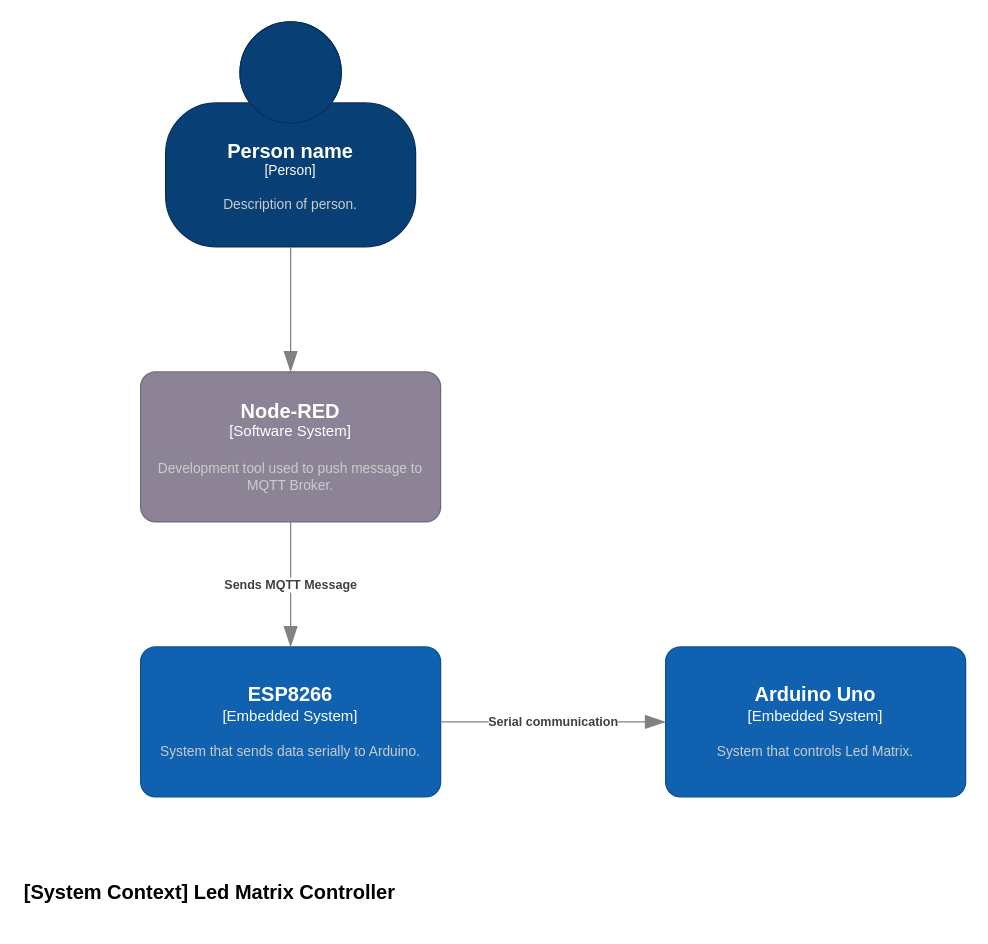
Above: page "c1" (1 of 8) of doc/led_matrix_controller_design.drawio in Brentem/Led-Matrix-Controller-Brent (draw.io), before the change. Source tidied: cells renumbered, new cells numbered last; positions are measured from the earlier drawing's top-left corner, leaving out a move shared by most shapes. Both pictures are drawn from the tidied source at 125%, with x=0, y=0 at pixel (21, 21).
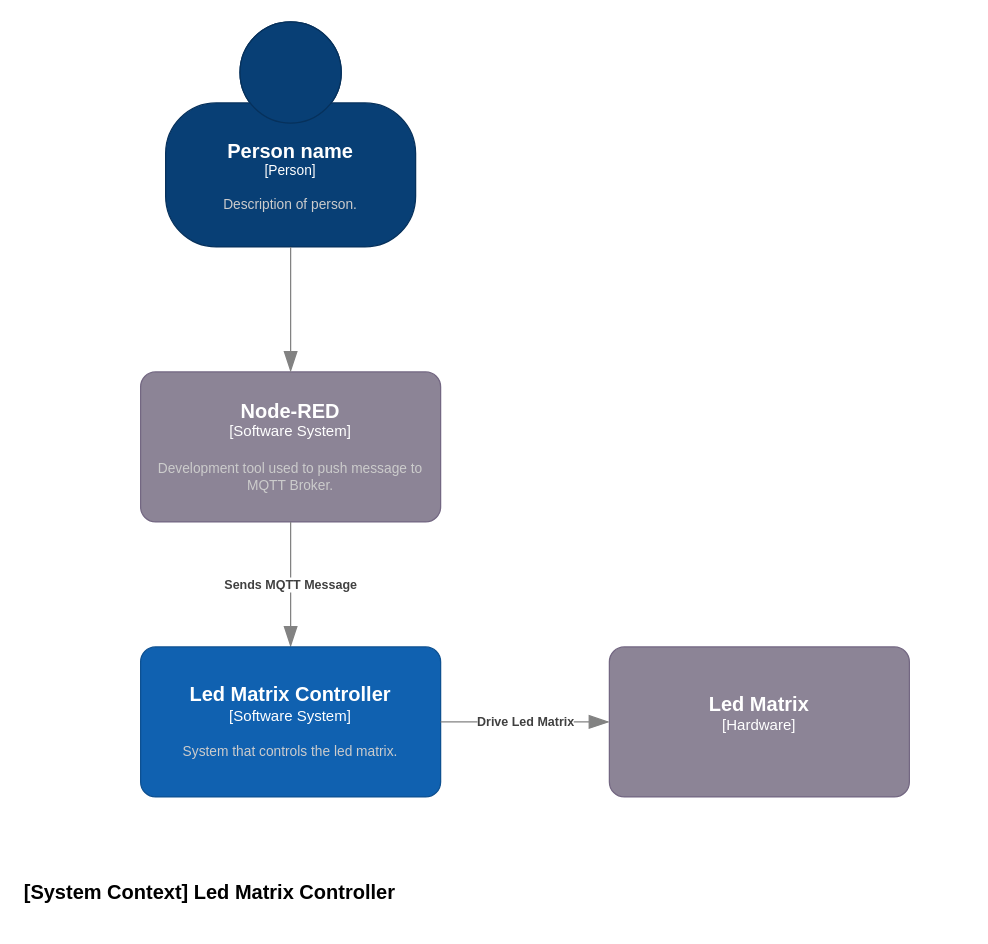
The same page after the edit.

Change to the diagram source:
```diff
@@
 <mxGraphModel>
   <root>
     <mxCell id="0" />
     <mxCell id="1" parent="0" />
     <object id="2" label="&lt;font style=&quot;font-size: 16px&quot;&gt;&lt;b&gt;%c4Name%&lt;/b&gt;&lt;/font&gt;&lt;div&gt;[%c4Type%]&lt;/div&gt;&lt;br&gt;&lt;div&gt;&lt;font style=&quot;font-size: 11px&quot;&gt;&lt;font color=&quot;#cccccc&quot;&gt;%c4Description%&lt;/font&gt;&lt;/div&gt;" c4Description="Description of person." c4Name="Person name" c4Type="Person" placeholders="1">
       <mxCell style="html=1;fontSize=11;dashed=0;whiteSpace=wrap;fillColor=#083F75;strokeColor=#06315C;fontColor=#ffffff;shape=mxgraph.c4.person2;align=center;points=[[0.5,0,0],[1,0.5,0],[1,0.75,0],[0.75,1,0],[0.5,1,0],[0.25,1,0],[0,0.75,0],[0,0.5,0]];" parent="1" vertex="1">
         <mxGeometry x="115" width="200" height="180" as="geometry" />
       </mxCell>
     </object>
     <object id="3" label="&lt;font style=&quot;font-size: 16px&quot;&gt;&lt;b&gt;%c4Name%&lt;/b&gt;&lt;/font&gt;&lt;div&gt;[%c4Type%]&lt;/div&gt;&lt;br&gt;&lt;div&gt;&lt;font style=&quot;font-size: 11px&quot;&gt;&lt;font color=&quot;#cccccc&quot;&gt;%c4Description%&lt;/font&gt;&lt;/div&gt;" c4Description="Development tool used to push message to MQTT Broker." c4Name="Node-RED" c4Type="Software System" placeholders="1">
       <mxCell style="rounded=1;whiteSpace=wrap;html=1;labelBackgroundColor=none;fillColor=#8C8496;fontColor=#ffffff;align=center;arcSize=10;strokeColor=#736782;points=[[0.25,0,0],[0.5,0,0],[0.75,0,0],[1,0.25,0],[1,0.5,0],[1,0.75,0],[0.75,1,0],[0.5,1,0],[0.25,1,0],[0,0.75,0],[0,0.5,0],[0,0.25,0]];" parent="1" vertex="1">
         <mxGeometry x="95" y="280" width="240" height="120" as="geometry" />
       </mxCell>
     </object>
     <mxCell id="4" style="endArrow=blockThin;html=1;fontSize=10;fontColor=#404040;strokeWidth=1;endFill=1;strokeColor=#828282;elbow=vertical;endSize=14;startSize=14;jumpStyle=arc;jumpSize=16;rounded=0;edgeStyle=orthogonalEdgeStyle;exitX=0.5;exitY=1;exitDx=0;exitDy=0;exitPerimeter=0;" parent="1" edge="1" source="2" target="3">
       <mxGeometry relative="1" as="geometry" />
     </mxCell>
-    <object id="5" label="&lt;font style=&quot;font-size: 16px&quot;&gt;&lt;b&gt;%c4Name%&lt;/b&gt;&lt;/font&gt;&lt;div&gt;[%c4Type%]&lt;/div&gt;&lt;br&gt;&lt;div&gt;&lt;font style=&quot;font-size: 11px&quot;&gt;&lt;font color=&quot;#cccccc&quot;&gt;%c4Description%&lt;/font&gt;&lt;/div&gt;" c4Description="System that sends data serially to Arduino." c4Name="ESP8266" c4Type="Embedded System" placeholders="1">
-      <mxCell style="rounded=1;whiteSpace=wrap;html=1;labelBackgroundColor=none;fillColor=#1061B0;fontColor=#ffffff;align=center;arcSize=10;strokeColor=#0D5091;points=[[0.25,0,0],[0.5,0,0],[0.75,0,0],[1,0.25,0],[1,0.5,0],[1,0.75,0],[0.75,1,0],[0.5,1,0],[0.25,1,0],[0,0.75,0],[0,0.5,0],[0,0.25,0]];" parent="1" vertex="1">
-        <mxGeometry x="95" y="500" width="240" height="120" as="geometry" />
-      </mxCell>
-    </object>
     <object id="6" label="&lt;font style=&quot;font-size: 16px&quot;&gt;&lt;b&gt;&lt;div style=&quot;text-align: left&quot;&gt;%c4Name%&lt;/div&gt;&lt;/b&gt;&lt;/font&gt;&lt;div style=&quot;text-align: left&quot;&gt;%c4Description%&lt;/div&gt;" c4Description="" c4Name="[System Context] Led Matrix Controller" placeholders="1">
       <mxCell style="text;html=1;strokeColor=none;fillColor=none;align=left;verticalAlign=top;whiteSpace=wrap;rounded=0;" parent="1" vertex="1">
         <mxGeometry y="680" width="315" height="40" as="geometry" />
       </mxCell>
     </object>
     <object id="7" label="&lt;div style=&quot;text-align: left&quot;&gt;&lt;div style=&quot;text-align: center&quot;&gt;&lt;b&gt;%c4Description%&lt;/b&gt;&lt;/div&gt;" c4Description="Sends MQTT Message" placeholders="1">
-      <mxCell style="endArrow=blockThin;html=1;fontSize=10;fontColor=#404040;strokeWidth=1;endFill=1;strokeColor=#828282;elbow=vertical;endSize=14;startSize=14;jumpStyle=arc;jumpSize=16;rounded=0;edgeStyle=orthogonalEdgeStyle;exitX=0.5;exitY=1;exitDx=0;exitDy=0;exitPerimeter=0;entryX=0.5;entryY=0;entryDx=0;entryDy=0;entryPerimeter=0;" parent="1" edge="1" source="3" target="5">
+      <mxCell style="endArrow=blockThin;html=1;fontSize=10;fontColor=#404040;strokeWidth=1;endFill=1;strokeColor=#828282;elbow=vertical;endSize=14;startSize=14;jumpStyle=arc;jumpSize=16;rounded=0;edgeStyle=orthogonalEdgeStyle;exitX=0.5;exitY=1;exitDx=0;exitDy=0;exitPerimeter=0;" parent="1" edge="1" source="3" target="10">
         <mxGeometry relative="1" as="geometry" />
       </mxCell>
     </object>
-    <object id="8" label="&lt;font style=&quot;font-size: 16px&quot;&gt;&lt;b&gt;%c4Name%&lt;/b&gt;&lt;/font&gt;&lt;div&gt;[%c4Type%]&lt;/div&gt;&lt;br&gt;&lt;div&gt;&lt;font style=&quot;font-size: 11px&quot;&gt;&lt;font color=&quot;#cccccc&quot;&gt;%c4Description%&lt;/font&gt;&lt;/div&gt;" c4Description="System that controls Led Matrix." c4Name="Arduino Uno" c4Type="Embedded System" placeholders="1">
-      <mxCell style="rounded=1;whiteSpace=wrap;html=1;labelBackgroundColor=none;fillColor=#1061B0;fontColor=#ffffff;align=center;arcSize=10;strokeColor=#0D5091;points=[[0.25,0,0],[0.5,0,0],[0.75,0,0],[1,0.25,0],[1,0.5,0],[1,0.75,0],[0.75,1,0],[0.5,1,0],[0.25,1,0],[0,0.75,0],[0,0.5,0],[0,0.25,0]];" parent="1" vertex="1">
-        <mxGeometry x="515" y="500" width="240" height="120" as="geometry" />
-      </mxCell>
-    </object>
+    <object id="10" label="&lt;font style=&quot;font-size: 16px&quot;&gt;&lt;b&gt;%c4Name%&lt;/b&gt;&lt;/font&gt;&lt;div&gt;[%c4Type%]&lt;/div&gt;&lt;br&gt;&lt;div&gt;&lt;font style=&quot;font-size: 11px&quot;&gt;&lt;font color=&quot;#cccccc&quot;&gt;%c4Description%&lt;/font&gt;&lt;/div&gt;" c4Description="System that controls the led matrix." c4Name="Led Matrix Controller" c4Type="Software System" placeholders="1">
+      <mxCell style="rounded=1;whiteSpace=wrap;html=1;labelBackgroundColor=none;fillColor=#1061B0;fontColor=#ffffff;align=center;arcSize=10;strokeColor=#0D5091;points=[[0.25,0,0],[0.5,0,0],[0.75,0,0],[1,0.25,0],[1,0.5,0],[1,0.75,0],[0.75,1,0],[0.5,1,0],[0.25,1,0],[0,0.75,0],[0,0.5,0],[0,0.25,0]];" parent="1" vertex="1">
+        <mxGeometry x="95" y="500" width="240" height="120" as="geometry" />
+      </mxCell>
+    </object>
+    <object id="11" label="&lt;font style=&quot;font-size: 16px&quot;&gt;&lt;b&gt;%c4Name%&lt;/b&gt;&lt;/font&gt;&lt;div&gt;[%c4Type%]&lt;/div&gt;&lt;br&gt;&lt;div&gt;&lt;font style=&quot;font-size: 11px&quot;&gt;&lt;font color=&quot;#cccccc&quot;&gt;%c4Description%&lt;/font&gt;&lt;/div&gt;" c4Description="" c4Name="Led Matrix" c4Type="Hardware" placeholders="1">
+      <mxCell style="rounded=1;whiteSpace=wrap;html=1;labelBackgroundColor=none;fillColor=#8C8496;fontColor=#ffffff;align=center;arcSize=10;strokeColor=#736782;points=[[0.25,0,0],[0.5,0,0],[0.75,0,0],[1,0.25,0],[1,0.5,0],[1,0.75,0],[0.75,1,0],[0.5,1,0],[0.25,1,0],[0,0.75,0],[0,0.5,0],[0,0.25,0]];" parent="1" vertex="1">
+        <mxGeometry x="470" y="500" width="240" height="120" as="geometry" />
+      </mxCell>
+    </object>
-    <object id="9" label="&lt;div style=&quot;text-align: left&quot;&gt;&lt;div style=&quot;text-align: center&quot;&gt;&lt;b&gt;%c4Description%&lt;/b&gt;&lt;/div&gt;" c4Description="Serial communication" placeholders="1">
-      <mxCell style="endArrow=blockThin;html=1;fontSize=10;fontColor=#404040;strokeWidth=1;endFill=1;strokeColor=#828282;elbow=vertical;endSize=14;startSize=14;jumpStyle=arc;jumpSize=16;rounded=0;edgeStyle=orthogonalEdgeStyle;exitX=1;exitY=0.5;exitDx=0;exitDy=0;exitPerimeter=0;entryX=0;entryY=0.5;entryDx=0;entryDy=0;entryPerimeter=0;" parent="1" edge="1" source="5" target="8">
+    <object id="9" label="&lt;div style=&quot;text-align: left&quot;&gt;&lt;div style=&quot;text-align: center&quot;&gt;&lt;b&gt;%c4Description%&lt;/b&gt;&lt;/div&gt;" c4Description="Drive Led Matrix" placeholders="1">
+      <mxCell style="endArrow=blockThin;html=1;fontSize=10;fontColor=#404040;strokeWidth=1;endFill=1;strokeColor=#828282;elbow=vertical;endSize=14;startSize=14;jumpStyle=arc;jumpSize=16;rounded=0;edgeStyle=orthogonalEdgeStyle;exitX=1;exitY=0.5;exitDx=0;exitDy=0;exitPerimeter=0;entryX=0;entryY=0.5;entryDx=0;entryDy=0;entryPerimeter=0;" parent="1" edge="1" source="10" target="11">
         <mxGeometry relative="1" as="geometry" />
       </mxCell>
     </object>
   </root>
 </mxGraphModel>
```
